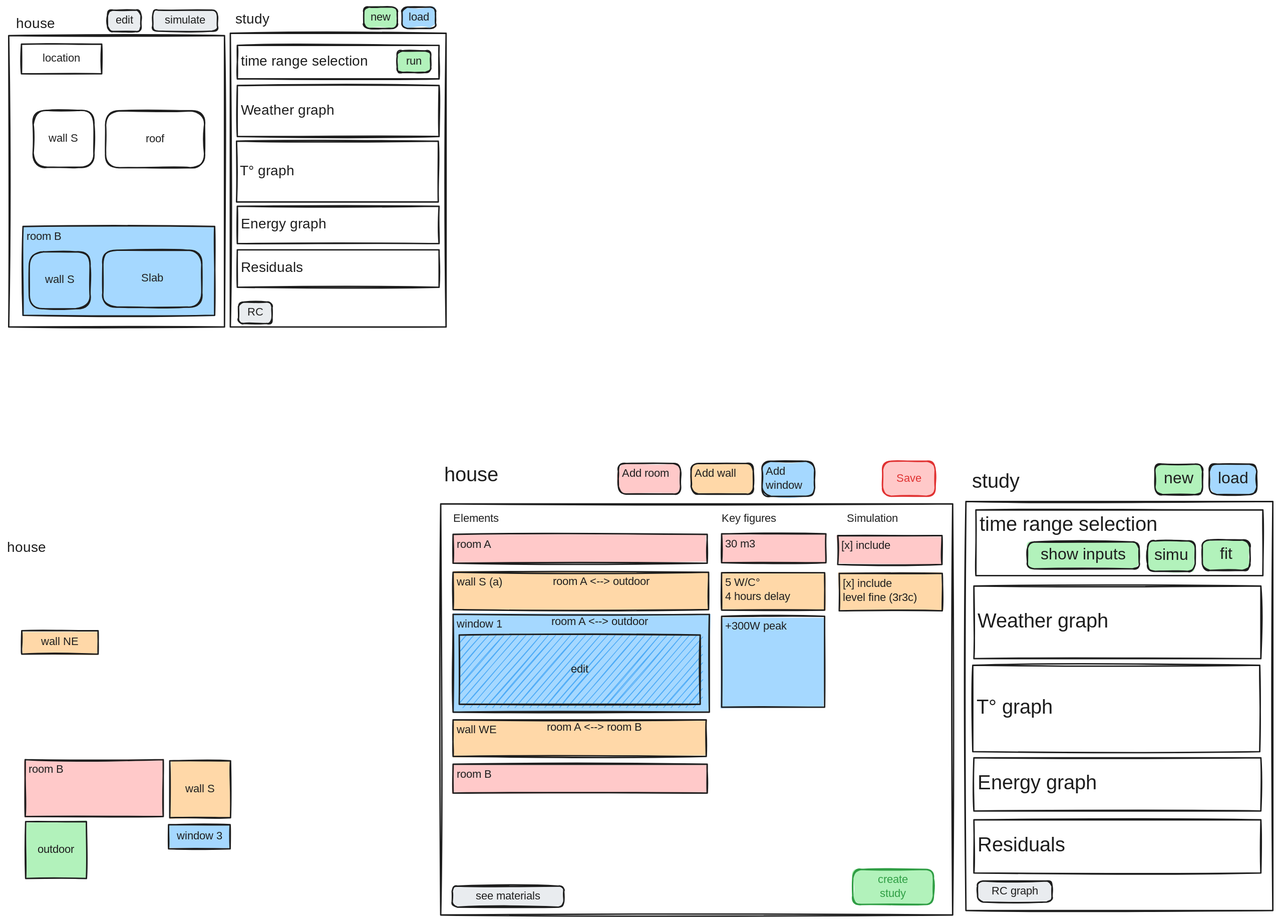
This is thermalnodes/screenshots/wireframe.excalidraw.svg from xdze2/minimal_home_assistant, a Excalidraw export, as it was before one commit. Source tidied: one line per element, renumbered; positions are measured from the earlier drawing's top-left corner, leaving out a move shared by most shapes.
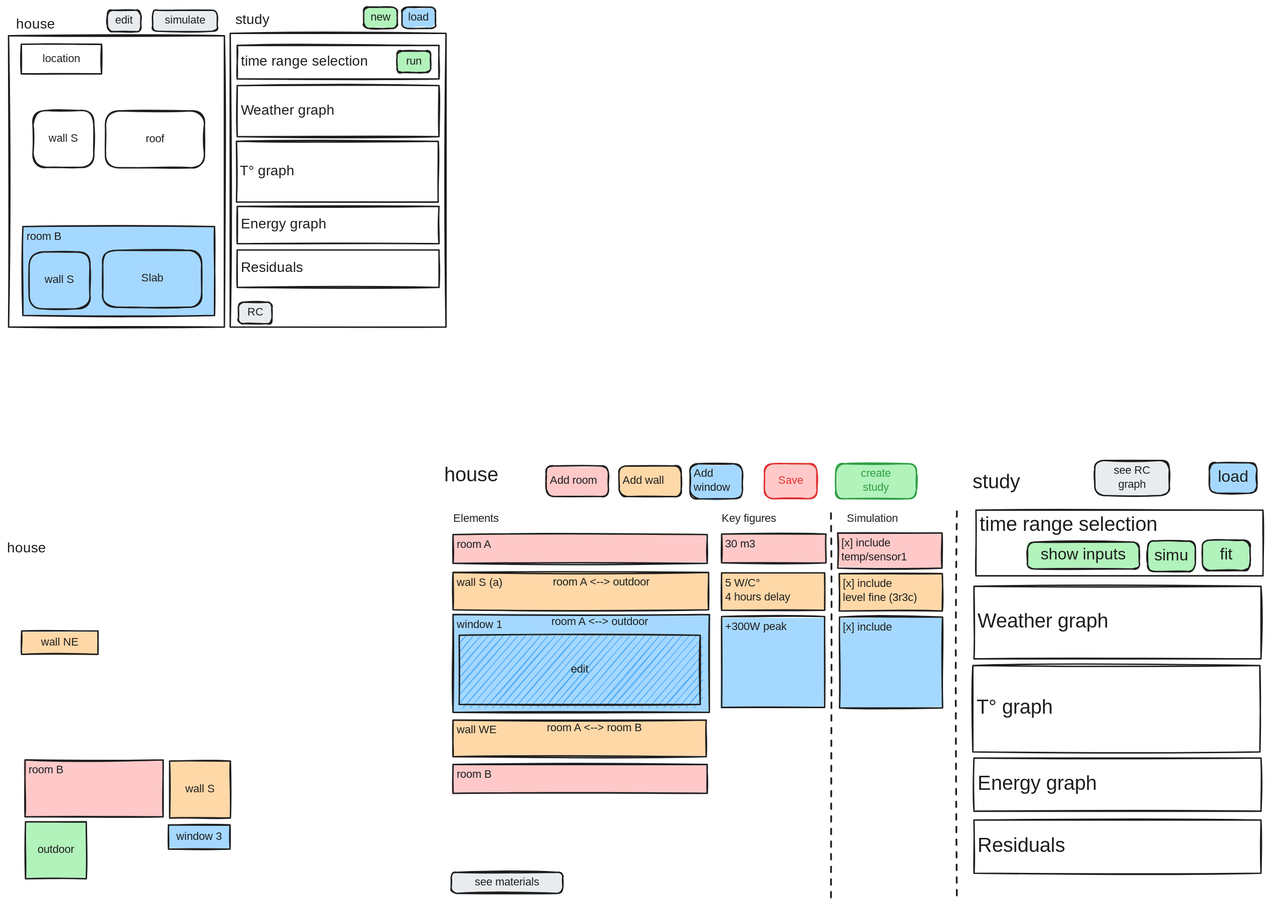
After the commit.

Change to the diagram source:
```diff
@@ -40,7 +40,6 @@
 {"id": 39, "type": "text", "text": "edit", "strokeColor": "#1e1e1e", "strokeWidth": 2, "roughness": 1, "fontSize": 16, "fontFamily": 8, "textAlign": "center", "verticalAlign": "middle", "inside": 38, "x": 149, "y": 10, "width": 35, "height": 20}
 {"id": 40, "type": "rectangle", "strokeColor": "#1e1e1e", "backgroundColor": "#e9ecef", "fillStyle": "solid", "strokeWidth": 2, "roughness": 1, "round": true, "x": 208, "y": 4, "width": 92, "height": 30}
 {"id": 41, "type": "text", "text": "simulate", "strokeColor": "#1e1e1e", "strokeWidth": 2, "roughness": 1, "fontSize": 16, "fontFamily": 8, "textAlign": "center", "verticalAlign": "middle", "inside": 40, "x": 219, "y": 9, "width": 70, "height": 20}
-{"id": 42, "type": "rectangle", "strokeColor": "#1e1e1e", "strokeWidth": 2, "roughness": 1, "x": 618, "y": 709, "width": 730, "height": 586}
 {"id": 43, "type": "text", "text": "house", "strokeColor": "#1e1e1e", "strokeWidth": 2, "roughness": 1, "fontSize": 20, "fontFamily": 8, "x": 0, "y": 760, "width": 55, "height": 25}
 {"id": 44, "type": "rectangle", "strokeColor": "#1e1e1e", "backgroundColor": "#ffd8a8", "fillStyle": "solid", "strokeWidth": 2, "roughness": 1, "x": 636, "y": 806, "width": 364, "height": 53}
 {"id": 45, "type": "text", "text": "wall S (a)", "strokeColor": "#1e1e1e", "strokeWidth": 2, "roughness": 1, "fontSize": 16, "fontFamily": 8, "inside": 44, "x": 641, "y": 811, "width": 88, "height": 20}
@@ -74,19 +73,18 @@
 {"id": 73, "type": "text", "text": "room A <--> outdoor", "strokeColor": "#1e1e1e", "backgroundColor": "#4dabf7", "fillStyle": "hachure", "strokeWidth": 2, "roughness": 1, "fontSize": 16, "fontFamily": 5, "textAlign": "center", "verticalAlign": "middle", "x": 767, "y": 810, "width": 160, "height": 20}
 {"id": 74, "type": "text", "text": "room A <--> room B", "strokeColor": "#1e1e1e", "backgroundColor": "#4dabf7", "fillStyle": "hachure", "strokeWidth": 2, "roughness": 1, "fontSize": 16, "fontFamily": 5, "textAlign": "center", "verticalAlign": "middle", "x": 762, "y": 1018, "width": 152, "height": 20}
 {"id": 75, "type": "text", "text": "room A <--> outdoor", "strokeColor": "#1e1e1e", "backgroundColor": "#4dabf7", "fillStyle": "hachure", "strokeWidth": 2, "roughness": 1, "fontSize": 16, "fontFamily": 5, "textAlign": "center", "verticalAlign": "middle", "x": 765, "y": 867, "width": 160, "height": 20}
-{"id": 76, "type": "rectangle", "strokeColor": "#1e1e1e", "backgroundColor": "#ffc9c9", "fillStyle": "solid", "strokeWidth": 2, "roughness": 1, "x": 1185, "y": 754, "width": 149, "height": 41}
+{"id": 76, "type": "rectangle", "strokeColor": "#1e1e1e", "backgroundColor": "#ffc9c9", "fillStyle": "solid", "strokeWidth": 2, "roughness": 1, "x": 1185, "y": 750, "width": 149, "height": 50}
-{"id": 77, "type": "text", "text": "[x] include", "strokeColor": "#1e1e1e", "backgroundColor": "#b2f2bb", "fillStyle": "solid", "strokeWidth": 2, "roughness": 1, "fontSize": 16, "fontFamily": 8, "inside": 76, "x": 1190, "y": 759, "width": 97, "height": 20}
+{"id": 77, "type": "text", "text": "[x] include\ntemp/sensor1", "strokeColor": "#1e1e1e", "backgroundColor": "#b2f2bb", "fillStyle": "solid", "strokeWidth": 2, "roughness": 1, "fontSize": 16, "fontFamily": 8, "inside": 76, "x": 1190, "y": 755, "width": 106, "height": 40}
-{"id": 78, "type": "rectangle", "strokeColor": "#1e1e1e", "backgroundColor": "#ffc9c9", "fillStyle": "solid", "strokeWidth": 2, "roughness": 1, "round": true, "x": 872, "y": 651, "width": 89, "height": 44}
+{"id": 78, "type": "rectangle", "strokeColor": "#1e1e1e", "backgroundColor": "#ffc9c9", "fillStyle": "solid", "strokeWidth": 2, "roughness": 1, "round": true, "x": 769, "y": 654, "width": 89, "height": 44}
-{"id": 79, "type": "text", "text": "Add room", "strokeColor": "#1e1e1e", "backgroundColor": "#b2f2bb", "fillStyle": "solid", "strokeWidth": 2, "roughness": 1, "fontSize": 16, "fontFamily": 8, "inside": 78, "x": 877, "y": 656, "width": 70, "height": 20}
+{"id": 79, "type": "text", "text": "Add room", "strokeColor": "#1e1e1e", "backgroundColor": "#b2f2bb", "fillStyle": "solid", "strokeWidth": 2, "roughness": 1, "fontSize": 16, "fontFamily": 8, "verticalAlign": "middle", "inside": 78, "x": 774, "y": 666, "width": 70, "height": 20}
-{"id": 80, "type": "rectangle", "strokeColor": "#1e1e1e", "backgroundColor": "#ffd8a8", "fillStyle": "solid", "strokeWidth": 2, "roughness": 1, "round": true, "x": 976, "y": 651, "width": 89, "height": 44}
+{"id": 80, "type": "rectangle", "strokeColor": "#1e1e1e", "backgroundColor": "#ffd8a8", "fillStyle": "solid", "strokeWidth": 2, "roughness": 1, "round": true, "x": 873, "y": 654, "width": 89, "height": 44}
-{"id": 81, "type": "text", "text": "Add wall", "strokeColor": "#1e1e1e", "backgroundColor": "#b2f2bb", "fillStyle": "solid", "strokeWidth": 2, "roughness": 1, "fontSize": 16, "fontFamily": 8, "inside": 80, "x": 981, "y": 656, "width": 70, "height": 20}
+{"id": 81, "type": "text", "text": "Add wall", "strokeColor": "#1e1e1e", "backgroundColor": "#b2f2bb", "fillStyle": "solid", "strokeWidth": 2, "roughness": 1, "fontSize": 16, "fontFamily": 8, "verticalAlign": "middle", "inside": 80, "x": 878, "y": 666, "width": 70, "height": 20}
-{"id": 82, "type": "rectangle", "strokeColor": "#1e1e1e", "backgroundColor": "#a5d8ff", "fillStyle": "solid", "strokeWidth": 2, "roughness": 1, "round": true, "x": 1077, "y": 648, "width": 75, "height": 50}
+{"id": 82, "type": "rectangle", "strokeColor": "#1e1e1e", "backgroundColor": "#a5d8ff", "fillStyle": "solid", "strokeWidth": 2, "roughness": 1, "round": true, "x": 974, "y": 651, "width": 75, "height": 50}
-{"id": 83, "type": "text", "text": "Add\nwindow", "strokeColor": "#1e1e1e", "backgroundColor": "#b2f2bb", "fillStyle": "solid", "strokeWidth": 2, "roughness": 1, "fontSize": 16, "fontFamily": 8, "inside": 82, "x": 1082, "y": 653, "width": 53, "height": 40}
+{"id": 83, "type": "text", "text": "Add\nwindow", "strokeColor": "#1e1e1e", "backgroundColor": "#b2f2bb", "fillStyle": "solid", "strokeWidth": 2, "roughness": 1, "fontSize": 16, "fontFamily": 8, "verticalAlign": "middle", "inside": 82, "x": 979, "y": 656, "width": 53, "height": 40}
-{"id": 84, "type": "rectangle", "strokeColor": "#e03131", "backgroundColor": "#ffc9c9", "fillStyle": "solid", "strokeWidth": 2, "roughness": 1, "round": true, "x": 1249, "y": 648, "width": 75, "height": 50}
+{"id": 84, "type": "rectangle", "strokeColor": "#e03131", "backgroundColor": "#ffc9c9", "fillStyle": "solid", "strokeWidth": 2, "roughness": 1, "round": true, "x": 1080, "y": 651, "width": 75, "height": 50}
-{"id": 85, "type": "text", "text": "Save", "strokeColor": "#e03131", "backgroundColor": "#b2f2bb", "fillStyle": "solid", "strokeWidth": 2, "roughness": 1, "fontSize": 16, "fontFamily": 8, "textAlign": "center", "verticalAlign": "middle", "inside": 84, "x": 1269, "y": 663, "width": 35, "height": 20}
+{"id": 85, "type": "text", "text": "Save", "strokeColor": "#e03131", "backgroundColor": "#b2f2bb", "fillStyle": "solid", "strokeWidth": 2, "roughness": 1, "fontSize": 16, "fontFamily": 8, "textAlign": "center", "verticalAlign": "middle", "inside": 84, "x": 1100, "y": 666, "width": 35, "height": 20}
-{"id": 86, "type": "rectangle", "strokeColor": "#2f9e44", "backgroundColor": "#b2f2bb", "fillStyle": "solid", "strokeWidth": 2, "roughness": 1, "round": true, "x": 1206, "y": 1230, "width": 115, "height": 50}
+{"id": 86, "type": "rectangle", "strokeColor": "#2f9e44", "backgroundColor": "#b2f2bb", "fillStyle": "solid", "strokeWidth": 2, "roughness": 1, "round": true, "x": 1182, "y": 651, "width": 115, "height": 50}
-{"id": 87, "type": "text", "text": "create\nstudy", "strokeColor": "#2f9e44", "backgroundColor": "#b2f2bb", "fillStyle": "solid", "strokeWidth": 2, "roughness": 1, "fontSize": 16, "fontFamily": 8, "textAlign": "center", "verticalAlign": "middle", "inside": 86, "x": 1237, "y": 1235, "width": 53, "height": 40}
+{"id": 87, "type": "text", "text": "create\nstudy", "strokeColor": "#2f9e44", "backgroundColor": "#b2f2bb", "fillStyle": "solid", "strokeWidth": 2, "roughness": 1, "fontSize": 16, "fontFamily": 8, "textAlign": "center", "verticalAlign": "middle", "inside": 86, "x": 1213, "y": 656, "width": 53, "height": 40}
-{"id": 88, "type": "rectangle", "strokeColor": "#1e1e1e", "strokeWidth": 2, "roughness": 1, "x": 1368, "y": 705, "width": 438, "height": 583}
 {"id": 89, "type": "rectangle", "strokeColor": "#1e1e1e", "strokeWidth": 2, "roughness": 1, "x": 1382, "y": 717, "width": 409, "height": 94}
 {"id": 90, "type": "text", "text": "time range selection", "strokeColor": "#1e1e1e", "strokeWidth": 2, "roughness": 1, "fontSize": 28.45, "fontFamily": 8, "inside": 89, "x": 1387, "y": 722, "width": 313, "height": 36}
 {"id": 91, "type": "rectangle", "strokeColor": "#1e1e1e", "strokeWidth": 2, "roughness": 1, "x": 1377, "y": 939, "width": 409, "height": 123}
@@ -98,18 +96,20 @@
 {"id": 97, "type": "rectangle", "strokeColor": "#1e1e1e", "strokeWidth": 2, "roughness": 1, "x": 1379, "y": 1159, "width": 409, "height": 76}
 {"id": 98, "type": "text", "text": "Residuals", "strokeColor": "#1e1e1e", "strokeWidth": 2, "roughness": 1, "fontSize": 28.45, "fontFamily": 8, "verticalAlign": "middle", "inside": 97, "x": 1384, "y": 1180, "width": 141, "height": 36}
 {"id": 99, "type": "text", "text": "study", "strokeColor": "#1e1e1e", "strokeWidth": 2, "roughness": 1, "fontSize": 28.45, "fontFamily": 8, "x": 1377, "y": 661, "width": 78, "height": 36}
-{"id": 100, "type": "rectangle", "strokeColor": "#1e1e1e", "backgroundColor": "#e9ecef", "fillStyle": "solid", "strokeWidth": 2, "roughness": 1, "round": true, "x": 1384, "y": 1247, "width": 106, "height": 30}
+{"id": 100, "type": "rectangle", "strokeColor": "#1e1e1e", "backgroundColor": "#e9ecef", "fillStyle": "solid", "strokeWidth": 2, "roughness": 1, "round": true, "x": 1551, "y": 647, "width": 106, "height": 50}
-{"id": 101, "type": "text", "text": "RC graph", "strokeColor": "#1e1e1e", "strokeWidth": 2, "roughness": 1, "fontSize": 16, "fontFamily": 8, "textAlign": "center", "verticalAlign": "middle", "inside": 100, "x": 1402, "y": 1252, "width": 70, "height": 20}
+{"id": 101, "type": "text", "text": "see RC\ngraph", "strokeColor": "#1e1e1e", "strokeWidth": 2, "roughness": 1, "fontSize": 16, "fontFamily": 8, "textAlign": "center", "verticalAlign": "middle", "inside": 100, "x": 1578, "y": 652, "width": 53, "height": 40}
 {"id": 102, "type": "rectangle", "strokeColor": "#1e1e1e", "backgroundColor": "#b2f2bb", "fillStyle": "solid", "strokeWidth": 2, "roughness": 1, "round": true, "x": 1705, "y": 760, "width": 68, "height": 43}
 {"id": 103, "type": "text", "text": "fit", "strokeColor": "#1e1e1e", "strokeWidth": 2, "roughness": 1, "fontSize": 22.76, "fontFamily": 8, "textAlign": "center", "verticalAlign": "middle", "inside": 102, "x": 1720, "y": 768, "width": 38, "height": 28}
-{"id": 104, "type": "rectangle", "strokeColor": "#1e1e1e", "backgroundColor": "#b2f2bb", "fillStyle": "solid", "strokeWidth": 2, "roughness": 1, "round": true, "x": 1637, "y": 652, "width": 68, "height": 43}
-{"id": 105, "type": "text", "text": "new", "strokeColor": "#1e1e1e", "strokeWidth": 2, "roughness": 1, "fontSize": 22.76, "fontFamily": 8, "textAlign": "center", "verticalAlign": "middle", "inside": 104, "x": 1653, "y": 660, "width": 38, "height": 28}
-{"id": 106, "type": "rectangle", "strokeColor": "#1e1e1e", "backgroundColor": "#a5d8ff", "fillStyle": "solid", "strokeWidth": 2, "roughness": 1, "round": true, "x": 1715, "y": 652, "width": 68, "height": 43}
+{"id": 106, "type": "rectangle", "strokeColor": "#1e1e1e", "backgroundColor": "#a5d8ff", "fillStyle": "solid", "strokeWidth": 2, "roughness": 1, "round": true, "x": 1715, "y": 650, "width": 68, "height": 43}
-{"id": 107, "type": "text", "text": "load", "strokeColor": "#1e1e1e", "strokeWidth": 2, "roughness": 1, "fontSize": 22.76, "fontFamily": 8, "textAlign": "center", "verticalAlign": "middle", "inside": 106, "x": 1724, "y": 660, "width": 50, "height": 28}
+{"id": 107, "type": "text", "text": "load", "strokeColor": "#1e1e1e", "strokeWidth": 2, "roughness": 1, "fontSize": 22.76, "fontFamily": 8, "textAlign": "center", "verticalAlign": "middle", "inside": 106, "x": 1724, "y": 657, "width": 50, "height": 28}
 {"id": 108, "type": "text", "text": "house", "strokeColor": "#1e1e1e", "strokeWidth": 2, "roughness": 1, "fontSize": 28.45, "fontFamily": 8, "x": 623, "y": 652, "width": 78, "height": 36}
-{"id": 109, "type": "rectangle", "strokeColor": "#1e1e1e", "backgroundColor": "#e9ecef", "fillStyle": "solid", "strokeWidth": 2, "roughness": 1, "round": true, "x": 635, "y": 1254, "width": 159, "height": 30}
+{"id": 109, "type": "rectangle", "strokeColor": "#1e1e1e", "backgroundColor": "#e9ecef", "fillStyle": "solid", "strokeWidth": 2, "roughness": 1, "round": true, "x": 633, "y": 1234, "width": 159, "height": 30}
-{"id": 110, "type": "text", "text": "see materials", "strokeColor": "#1e1e1e", "strokeWidth": 2, "roughness": 1, "fontSize": 16, "fontFamily": 8, "textAlign": "center", "verticalAlign": "middle", "inside": 109, "x": 657, "y": 1259, "width": 114, "height": 20}
+{"id": 110, "type": "text", "text": "see materials", "strokeColor": "#1e1e1e", "strokeWidth": 2, "roughness": 1, "fontSize": 16, "fontFamily": 8, "textAlign": "center", "verticalAlign": "middle", "inside": 109, "x": 656, "y": 1239, "width": 114, "height": 20}
 {"id": 111, "type": "rectangle", "strokeColor": "#1e1e1e", "backgroundColor": "#b2f2bb", "fillStyle": "solid", "strokeWidth": 2, "roughness": 1, "round": true, "x": 1627, "y": 762, "width": 68, "height": 43}
 {"id": 112, "type": "text", "text": "simu", "strokeColor": "#1e1e1e", "strokeWidth": 2, "roughness": 1, "fontSize": 22.76, "fontFamily": 8, "textAlign": "center", "verticalAlign": "middle", "inside": 111, "x": 1636, "y": 769, "width": 50, "height": 28}
 {"id": 113, "type": "rectangle", "strokeColor": "#1e1e1e", "backgroundColor": "#b2f2bb", "fillStyle": "solid", "strokeWidth": 2, "roughness": 1, "round": true, "x": 1455, "y": 763, "width": 159, "height": 38}
 {"id": 114, "type": "text", "text": "show inputs", "strokeColor": "#1e1e1e", "strokeWidth": 2, "roughness": 1, "fontSize": 22.76, "fontFamily": 8, "textAlign": "center", "verticalAlign": "middle", "inside": 113, "x": 1466, "y": 768, "width": 138, "height": 28}
+{"id": 115, "type": "line", "strokeColor": "#1e1e1e", "backgroundColor": "#e9ecef", "fillStyle": "hachure", "strokeWidth": 2, "strokeStyle": "dashed", "roughness": 1, "x": 1175, "y": 722, "width": 0, "height": 557, "points": [[0, 0], [0, 557]]}
+{"id": 116, "type": "line", "strokeColor": "#1e1e1e", "backgroundColor": "#e9ecef", "fillStyle": "hachure", "strokeWidth": 2, "strokeStyle": "dashed", "roughness": 1, "x": 1355, "y": 719, "width": 0, "height": 557, "points": [[0, 0], [0, 557]]}
+{"id": 117, "type": "rectangle", "strokeColor": "#1e1e1e", "backgroundColor": "#a5d8ff", "fillStyle": "solid", "strokeWidth": 2, "roughness": 1, "x": 1187, "y": 870, "width": 147, "height": 130}
+{"id": 118, "type": "text", "text": "[x] include", "strokeColor": "#1e1e1e", "backgroundColor": "#e9ecef", "fillStyle": "hachure", "strokeWidth": 2, "strokeStyle": "dashed", "roughness": 1, "fontSize": 16, "fontFamily": 5, "inside": 117, "x": 1192, "y": 875, "width": 82, "height": 20}
```
